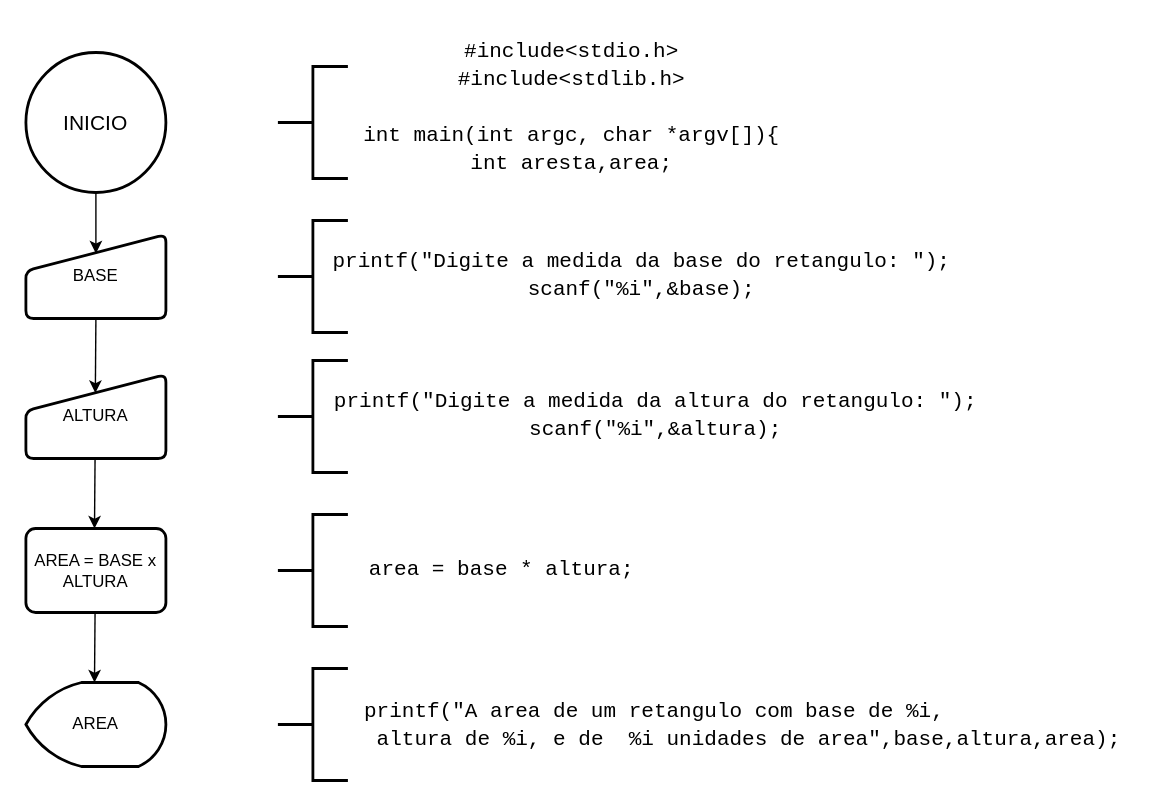
Before: Exercicio_02.drawio in rafael-schroer/programacao-aplicada-2021, a draw.io diagram. Source tidied: cells renumbered, new cells numbered last; positions are measured from the earlier drawing's top-left corner, leaving out a move shared by most shapes. Both pictures are drawn from the tidied source at 140%, with x=0, y=0 at pixel (25, 24).
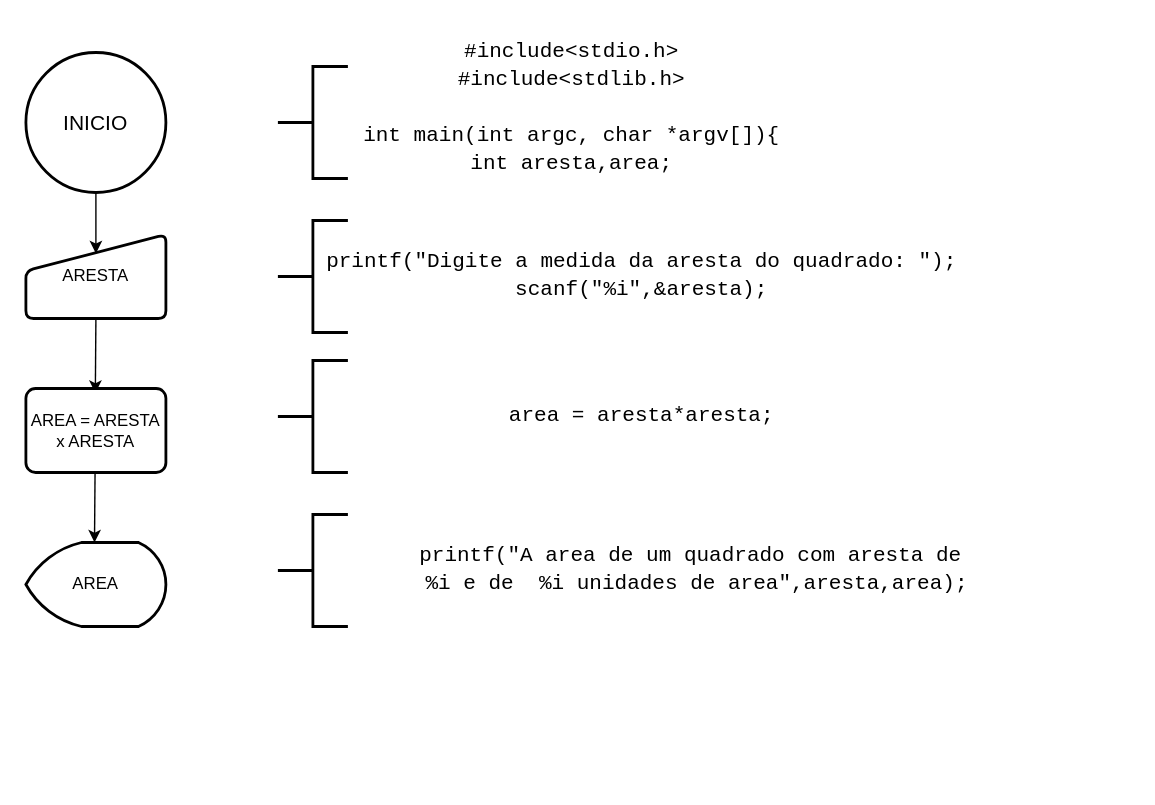
The same diagram, later.

The edit, as a diff of the source:
```diff
@@
-    <mxCell id="2" value="BASE" style="html=1;strokeWidth=2;shape=manualInput;whiteSpace=wrap;rounded=1;size=26;arcSize=11;verticalAlign=middle;align=center;" parent="1" vertex="1">
+    <mxCell id="2" value="ARESTA" style="html=1;strokeWidth=2;shape=manualInput;whiteSpace=wrap;rounded=1;size=26;arcSize=11;verticalAlign=middle;align=center;" parent="1" vertex="1">
       <mxGeometry y="150" width="100" height="60" as="geometry" />
     </mxCell>
@@
-    <mxCell id="4" value="ALTURA" style="html=1;strokeWidth=2;shape=manualInput;whiteSpace=wrap;rounded=1;size=26;arcSize=11;verticalAlign=middle;align=center;" parent="1" vertex="1">
-      <mxGeometry y="250" width="100" height="60" as="geometry" />
-    </mxCell>
@@
-    <mxCell id="6" style="endArrow=classic;html=1;exitX=0.5;exitY=1;exitDx=0;exitDy=0;entryX=0.496;entryY=0.22;entryDx=0;entryDy=0;entryPerimeter=0;" parent="1" edge="1" source="2" target="4">
-      <mxGeometry relative="1" as="geometry" />
+    <mxCell id="6" style="endArrow=classic;html=1;exitX=0.5;exitY=1;exitDx=0;exitDy=0;entryX=0.496;entryY=0.22;entryDx=0;entryDy=0;entryPerimeter=0;" parent="1" edge="1" source="2">
+      <mxGeometry relative="1" as="geometry">
+        <mxPoint x="49.6" y="263.2" as="targetPoint" />
+      </mxGeometry>
     </mxCell>
-    <mxCell id="7" value="AREA = BASE x ALTURA" style="rounded=1;whiteSpace=wrap;html=1;absoluteArcSize=1;arcSize=14;strokeWidth=2;align=center;verticalAlign=middle;" parent="1" vertex="1">
-      <mxGeometry y="360" width="100" height="60" as="geometry" />
+    <mxCell id="7" value="AREA = ARESTA x ARESTA" style="rounded=1;whiteSpace=wrap;html=1;absoluteArcSize=1;arcSize=14;strokeWidth=2;align=center;verticalAlign=middle;" parent="1" vertex="1">
+      <mxGeometry y="260" width="100" height="60" as="geometry" />
     </mxCell>
-    <mxCell id="8" style="endArrow=classic;html=1;exitX=0.5;exitY=1;exitDx=0;exitDy=0;" parent="1" edge="1">
-      <mxGeometry relative="1" as="geometry">
-        <mxPoint x="49.4" y="310" as="sourcePoint" />
-        <mxPoint x="49" y="360" as="targetPoint" />
-      </mxGeometry>
-    </mxCell>
     <mxCell id="9" value="AREA" style="strokeWidth=2;html=1;shape=mxgraph.flowchart.display;whiteSpace=wrap;" parent="1" vertex="1">
-      <mxGeometry y="470" width="100" height="60" as="geometry" />
+      <mxGeometry y="370" width="100" height="60" as="geometry" />
     </mxCell>
     <mxCell id="10" style="endArrow=classic;html=1;exitX=0.5;exitY=1;exitDx=0;exitDy=0;" parent="1" edge="1">
       <mxGeometry relative="1" as="geometry">
-        <mxPoint x="49.4" y="420" as="sourcePoint" />
-        <mxPoint x="49" y="470" as="targetPoint" />
+        <mxPoint x="49.4" y="320" as="sourcePoint" />
+        <mxPoint x="49" y="370" as="targetPoint" />
       </mxGeometry>
     </mxCell>
-    <mxCell id="11" value="&lt;div style=&quot;font-family: consolas, &amp;quot;courier new&amp;quot;, monospace; font-size: 15px; line-height: 20px;&quot;&gt;&lt;div&gt;&lt;span style=&quot;&quot;&gt;printf&lt;/span&gt;(&lt;span style=&quot;&quot;&gt;&quot;Digite&amp;nbsp;a&amp;nbsp;medida&amp;nbsp;da&amp;nbsp;base&amp;nbsp;do&amp;nbsp;retangulo:&amp;nbsp;&quot;&lt;/span&gt;);&lt;/div&gt;&lt;div&gt;&lt;span style=&quot;&quot;&gt;scanf&lt;/span&gt;(&lt;span style=&quot;&quot;&gt;&quot;&lt;/span&gt;&lt;span style=&quot;&quot;&gt;%i&lt;/span&gt;&lt;span style=&quot;&quot;&gt;&quot;&lt;/span&gt;,&amp;amp;&lt;span style=&quot;&quot;&gt;base&lt;/span&gt;);&lt;/div&gt;&lt;/div&gt;" style="text;html=1;strokeColor=none;fillColor=none;align=center;verticalAlign=middle;whiteSpace=wrap;rounded=0;labelBorderColor=none;" parent="1" vertex="1">
+    <mxCell id="11" value="&lt;div style=&quot;font-family: &amp;quot;consolas&amp;quot; , &amp;quot;courier new&amp;quot; , monospace ; font-size: 15px ; line-height: 20px&quot;&gt;&lt;div style=&quot;font-family: consolas, &amp;quot;courier new&amp;quot;, monospace; line-height: 20px;&quot;&gt;&lt;div&gt;&lt;span style=&quot;&quot;&gt;printf&lt;/span&gt;(&lt;span style=&quot;&quot;&gt;&quot;Digite&amp;nbsp;a&amp;nbsp;medida&amp;nbsp;da&amp;nbsp;aresta&amp;nbsp;do&amp;nbsp;quadrado:&amp;nbsp;&quot;&lt;/span&gt;);&lt;/div&gt;&lt;div&gt;&lt;span style=&quot;&quot;&gt;scanf&lt;/span&gt;(&lt;span style=&quot;&quot;&gt;&quot;&lt;/span&gt;&lt;span style=&quot;&quot;&gt;%i&lt;/span&gt;&lt;span style=&quot;&quot;&gt;&quot;&lt;/span&gt;,&amp;amp;&lt;span style=&quot;&quot;&gt;aresta&lt;/span&gt;);&lt;/div&gt;&lt;/div&gt;&lt;/div&gt;" style="text;html=1;strokeColor=none;fillColor=none;align=center;verticalAlign=middle;whiteSpace=wrap;rounded=0;labelBorderColor=none;" parent="1" vertex="1">
       <mxGeometry x="240" y="160" width="400" height="40" as="geometry" />
     </mxCell>
@@
-    <mxCell id="15" style="strokeWidth=2;html=1;shape=mxgraph.flowchart.annotation_2;align=left;labelPosition=right;" parent="1" vertex="1">
-      <mxGeometry x="180" y="460" width="50" height="80" as="geometry" />
-    </mxCell>
-    <mxCell id="16" value="&lt;div style=&quot;font-family: consolas, &amp;quot;courier new&amp;quot;, monospace; font-weight: normal; font-size: 15px; line-height: 20px;&quot;&gt;&lt;div&gt;&lt;span style=&quot;&quot;&gt;printf&lt;/span&gt;&lt;span style=&quot;&quot;&gt;(&lt;/span&gt;&lt;span style=&quot;&quot;&gt;&quot;Digite&amp;nbsp;a&amp;nbsp;medida&amp;nbsp;da&amp;nbsp;altura&amp;nbsp;do&amp;nbsp;retangulo:&amp;nbsp;&quot;&lt;/span&gt;&lt;span style=&quot;&quot;&gt;);&lt;/span&gt;&lt;/div&gt;&lt;div&gt;&lt;span style=&quot;&quot;&gt;scanf&lt;/span&gt;&lt;span style=&quot;&quot;&gt;(&lt;/span&gt;&lt;span style=&quot;&quot;&gt;&quot;&lt;/span&gt;&lt;span style=&quot;&quot;&gt;%i&lt;/span&gt;&lt;span style=&quot;&quot;&gt;&quot;&lt;/span&gt;&lt;span style=&quot;&quot;&gt;,&amp;amp;&lt;/span&gt;&lt;span style=&quot;&quot;&gt;altura&lt;/span&gt;&lt;span style=&quot;&quot;&gt;);&lt;/span&gt;&lt;/div&gt;&lt;/div&gt;" style="text;whiteSpace=wrap;html=1;rounded=0;align=center;verticalAlign=middle;labelBorderColor=none;" parent="1" vertex="1">
-      <mxGeometry x="240" y="250" width="420" height="60" as="geometry" />
+    <mxCell id="16" value="&lt;div style=&quot;font-family: &amp;quot;consolas&amp;quot; , &amp;quot;courier new&amp;quot; , monospace ; font-weight: normal ; font-size: 15px ; line-height: 20px&quot;&gt;&lt;div style=&quot;font-family: consolas, &amp;quot;courier new&amp;quot;, monospace; line-height: 20px;&quot;&gt;&lt;span style=&quot;&quot;&gt;area&lt;/span&gt;&amp;nbsp;=&amp;nbsp;&lt;span style=&quot;&quot;&gt;aresta&lt;/span&gt;*&lt;span style=&quot;&quot;&gt;aresta&lt;/span&gt;;&lt;/div&gt;&lt;/div&gt;" style="text;whiteSpace=wrap;html=1;rounded=0;align=center;verticalAlign=middle;labelBorderColor=none;" parent="1" vertex="1">
+      <mxGeometry x="230" y="250" width="420" height="60" as="geometry" />
     </mxCell>
-    <mxCell id="17" value="&lt;div style=&quot;font-family: consolas, &amp;quot;courier new&amp;quot;, monospace; font-weight: normal; font-size: 15px; line-height: 20px;&quot;&gt;&lt;div&gt;&lt;span style=&quot;&quot;&gt;area&lt;/span&gt;&lt;span style=&quot;&quot;&gt;&amp;nbsp;=&amp;nbsp;&lt;/span&gt;&lt;span style=&quot;&quot;&gt;base&lt;/span&gt;&lt;span style=&quot;&quot;&gt;&amp;nbsp;*&amp;nbsp;&lt;/span&gt;&lt;span style=&quot;&quot;&gt;altura&lt;/span&gt;&lt;span style=&quot;&quot;&gt;;&lt;/span&gt;&lt;/div&gt;&lt;/div&gt;" style="text;whiteSpace=wrap;html=1;rounded=0;align=center;verticalAlign=middle;labelBorderColor=none;" parent="1" vertex="1">
-      <mxGeometry x="240" y="370" width="200" height="40" as="geometry" />
+    <mxCell id="17" value="&lt;div style=&quot;font-family: &amp;#34;consolas&amp;#34; , &amp;#34;courier new&amp;#34; , monospace ; font-weight: normal ; font-size: 15px ; line-height: 20px&quot;&gt;&lt;div style=&quot;font-family: &amp;#34;consolas&amp;#34; , &amp;#34;courier new&amp;#34; , monospace ; line-height: 20px&quot;&gt;&lt;span&gt;printf&lt;/span&gt;(&lt;span&gt;&quot;A&amp;nbsp;area&amp;nbsp;de&amp;nbsp;um&amp;nbsp;quadrado&amp;nbsp;com&amp;nbsp;aresta&amp;nbsp;de&lt;/span&gt;&lt;/div&gt;&lt;div style=&quot;font-family: &amp;#34;consolas&amp;#34; , &amp;#34;courier new&amp;#34; , monospace ; line-height: 20px&quot;&gt;&lt;span&gt;&amp;nbsp;&lt;/span&gt;&lt;span&gt;%i&lt;/span&gt;&lt;span&gt;&amp;nbsp;e&amp;nbsp;de&amp;nbsp;&amp;nbsp;&lt;/span&gt;&lt;span&gt;%i&lt;/span&gt;&lt;span&gt;&amp;nbsp;unidades&amp;nbsp;de&amp;nbsp;area&quot;&lt;/span&gt;,&lt;span&gt;aresta&lt;/span&gt;,&lt;span&gt;area&lt;/span&gt;);&lt;/div&gt;&lt;/div&gt;" style="text;html=1;rounded=0;align=center;verticalAlign=middle;labelBorderColor=none;whiteSpace=wrap;" parent="1" vertex="1">
+      <mxGeometry x="230" y="370" width="490" height="40" as="geometry" />
     </mxCell>
-    <mxCell id="18" value="&lt;div style=&quot;font-family: consolas, &amp;quot;courier new&amp;quot;, monospace; font-weight: normal; font-size: 15px; line-height: 20px;&quot;&gt;&lt;div&gt;&lt;span style=&quot;&quot;&gt;printf&lt;/span&gt;&lt;span style=&quot;&quot;&gt;(&lt;/span&gt;&lt;span style=&quot;&quot;&gt;&quot;A&amp;nbsp;area&amp;nbsp;de&amp;nbsp;um&amp;nbsp;retangulo&amp;nbsp;com&amp;nbsp;base&amp;nbsp;de&amp;nbsp;&lt;/span&gt;&lt;span style=&quot;&quot;&gt;%i&lt;/span&gt;&lt;span style=&quot;&quot;&gt;,&lt;/span&gt;&lt;/div&gt;&lt;div&gt;&lt;span style=&quot;&quot;&gt;&amp;nbsp;altura&amp;nbsp;de&amp;nbsp;&lt;/span&gt;&lt;span style=&quot;&quot;&gt;%i&lt;/span&gt;&lt;span style=&quot;&quot;&gt;,&amp;nbsp;e&amp;nbsp;de&amp;nbsp;&amp;nbsp;&lt;/span&gt;&lt;span style=&quot;&quot;&gt;%i&lt;/span&gt;&lt;span style=&quot;&quot;&gt;&amp;nbsp;unidades&amp;nbsp;de&amp;nbsp;area&quot;&lt;/span&gt;&lt;span style=&quot;&quot;&gt;,&lt;/span&gt;&lt;span style=&quot;&quot;&gt;base&lt;/span&gt;&lt;span style=&quot;&quot;&gt;,&lt;/span&gt;&lt;span style=&quot;&quot;&gt;altura&lt;/span&gt;&lt;span style=&quot;&quot;&gt;,&lt;/span&gt;&lt;span style=&quot;&quot;&gt;area&lt;/span&gt;&lt;span style=&quot;&quot;&gt;);&lt;/span&gt;&lt;/div&gt;&lt;/div&gt;" style="text;html=1;whiteSpace=wrap;" parent="1" vertex="1">
-      <mxGeometry x="240" y="475" width="550" height="40" as="geometry" />
-    </mxCell>
```
